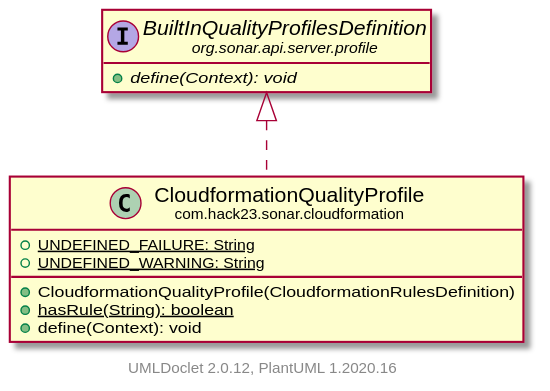
Above: testapidocs/com/hack23/sonar/cloudformation/CloudformationQualityProfile.svg in Hack23/sonar-cloudformation-plugin (PlantUML), before the change.
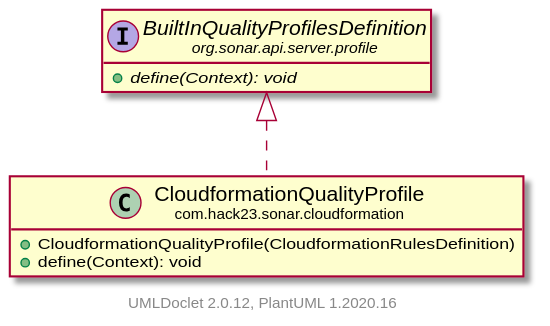
After the commit.

The edit, as a diff of the source:
```diff
@@ -4,10 +4,7 @@
     hide empty methods
 
     class "<size:14>CloudformationQualityProfile\n<size:10>com.hack23.sonar.cloudformation" as com.hack23.sonar.cloudformation.CloudformationQualityProfile [[CloudformationQualityProfile.html]] {
-        {static} +UNDEFINED_FAILURE: String
-        {static} +UNDEFINED_WARNING: String
         +CloudformationQualityProfile(CloudformationRulesDefinition)
-        {static} +hasRule(String): boolean
         +define(Context): void
     }
 
```
